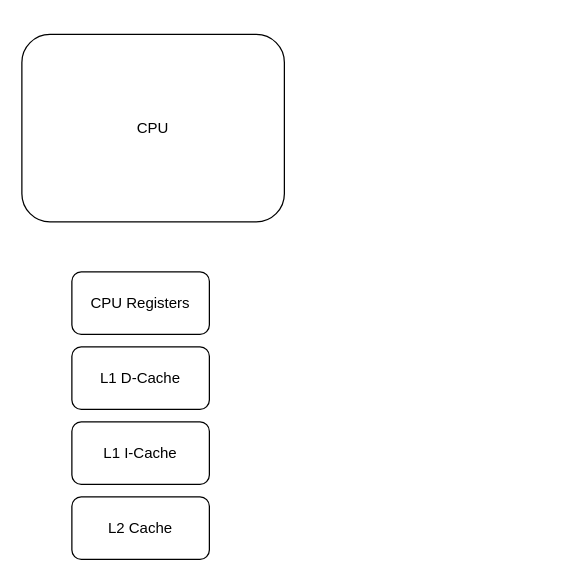
The draw.io diagram 技术总结.drawio in msb8080/my-diagrams, before the edit. Source tidied: cells renumbered, new cells numbered last; positions are measured from the earlier drawing's top-left corner, leaving out a move shared by most shapes. Both pictures are drawn from the tidied source at 125%, with x=0, y=0 at pixel (21, 34).
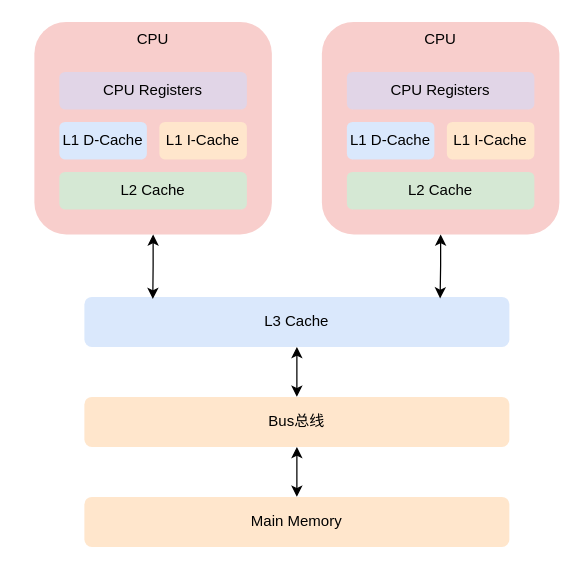
The same page after the edit.

Commit message (it also covers changes not shown here):
更新技术总结.drawio

The edit, as a diff of the source:
```diff
@@
+    <mxCell id="7" style="group;" parent="1" vertex="1">
+      <mxGeometry x="10" y="-10" width="190" height="170" as="geometry" />
+    </mxCell>
-    <mxCell id="2" value="CPU" style="rounded=1;whiteSpace=wrap;html=1;" parent="1" vertex="1">
-      <mxGeometry width="210" height="150" as="geometry" />
+    <mxCell id="2" value="CPU" style="rounded=1;whiteSpace=wrap;html=1;verticalAlign=top;strokeColor=none;fillColor=#f8cecc;" parent="7" vertex="1">
+      <mxGeometry width="190" height="170" as="geometry" />
     </mxCell>
-    <mxCell id="3" value="CPU Registers" style="rounded=1;whiteSpace=wrap;html=1;" parent="1" vertex="1">
-      <mxGeometry x="40" y="190" width="110" height="50" as="geometry" />
+    <mxCell id="3" value="CPU Registers" style="rounded=1;whiteSpace=wrap;html=1;fillColor=#e1d5e7;strokeColor=none;" parent="7" vertex="1">
+      <mxGeometry x="20" y="40" width="150" height="30" as="geometry" />
     </mxCell>
-    <mxCell id="4" value="L1 D-Cache" style="rounded=1;whiteSpace=wrap;html=1;" parent="1" vertex="1">
-      <mxGeometry x="40" y="250" width="110" height="50" as="geometry" />
+    <mxCell id="4" value="L1 D-Cache" style="rounded=1;whiteSpace=wrap;html=1;fillColor=#dae8fc;strokeColor=none;" parent="7" vertex="1">
+      <mxGeometry x="20" y="80" width="70" height="30" as="geometry" />
     </mxCell>
-    <mxCell id="5" value="L1 I-Cache" style="rounded=1;whiteSpace=wrap;html=1;" parent="1" vertex="1">
-      <mxGeometry x="40" y="310" width="110" height="50" as="geometry" />
+    <mxCell id="5" value="L1 I-Cache" style="rounded=1;whiteSpace=wrap;html=1;fillColor=#ffe6cc;strokeColor=none;" parent="7" vertex="1">
+      <mxGeometry x="100" y="80" width="70" height="30" as="geometry" />
     </mxCell>
-    <mxCell id="6" value="L2 Cache" style="rounded=1;whiteSpace=wrap;html=1;" parent="1" vertex="1">
-      <mxGeometry x="40" y="370" width="110" height="50" as="geometry" />
+    <mxCell id="6" value="L2 Cache" style="rounded=1;whiteSpace=wrap;html=1;fillColor=#d5e8d4;strokeColor=none;" parent="7" vertex="1">
+      <mxGeometry x="20" y="120" width="150" height="30" as="geometry" />
     </mxCell>
+    <mxCell id="8" style="group;" parent="1" vertex="1">
+      <mxGeometry x="240" y="-10" width="190" height="170" as="geometry" />
+    </mxCell>
+    <mxCell id="9" value="CPU" style="rounded=1;whiteSpace=wrap;html=1;verticalAlign=top;strokeColor=none;fillColor=#f8cecc;" parent="8" vertex="1">
+      <mxGeometry width="190" height="170" as="geometry" />
+    </mxCell>
+    <mxCell id="10" value="CPU Registers" style="rounded=1;whiteSpace=wrap;html=1;fillColor=#e1d5e7;strokeColor=none;" parent="8" vertex="1">
+      <mxGeometry x="20" y="40" width="150" height="30" as="geometry" />
+    </mxCell>
+    <mxCell id="11" value="L1 D-Cache" style="rounded=1;whiteSpace=wrap;html=1;fillColor=#dae8fc;strokeColor=none;" parent="8" vertex="1">
+      <mxGeometry x="20" y="80" width="70" height="30" as="geometry" />
+    </mxCell>
+    <mxCell id="12" value="L1 I-Cache" style="rounded=1;whiteSpace=wrap;html=1;fillColor=#ffe6cc;strokeColor=none;" parent="8" vertex="1">
+      <mxGeometry x="100" y="80" width="70" height="30" as="geometry" />
+    </mxCell>
+    <mxCell id="13" value="L2 Cache" style="rounded=1;whiteSpace=wrap;html=1;fillColor=#d5e8d4;strokeColor=none;" parent="8" vertex="1">
+      <mxGeometry x="20" y="120" width="150" height="30" as="geometry" />
+    </mxCell>
+    <mxCell id="14" style="edgeStyle=orthogonalEdgeStyle;rounded=0;jettySize=auto;html=1;entryX=0.5;entryY=0;entryDx=0;entryDy=0;startArrow=classic;startFill=1;" parent="1" edge="1" source="15" target="17">
+      <mxGeometry relative="1" as="geometry" />
+    </mxCell>
+    <mxCell id="15" value="L3 Cache" style="rounded=1;whiteSpace=wrap;html=1;fillColor=#dae8fc;strokeColor=none;" parent="1" vertex="1">
+      <mxGeometry x="50" y="210" width="340" height="40" as="geometry" />
+    </mxCell>
+    <mxCell id="16" style="edgeStyle=orthogonalEdgeStyle;rounded=0;jettySize=auto;html=1;entryX=0.5;entryY=0;entryDx=0;entryDy=0;startArrow=classic;startFill=1;" parent="1" edge="1" source="17" target="18">
+      <mxGeometry relative="1" as="geometry" />
+    </mxCell>
+    <mxCell id="17" value="Bus总线" style="rounded=1;whiteSpace=wrap;html=1;fillColor=#ffe6cc;strokeColor=none;" parent="1" vertex="1">
+      <mxGeometry x="50" y="290" width="340" height="40" as="geometry" />
+    </mxCell>
+    <mxCell id="18" value="Main Memory" style="rounded=1;whiteSpace=wrap;html=1;fillColor=#ffe6cc;strokeColor=none;" parent="1" vertex="1">
+      <mxGeometry x="50" y="370" width="340" height="40" as="geometry" />
+    </mxCell>
+    <mxCell id="19" style="edgeStyle=orthogonalEdgeStyle;rounded=0;jettySize=auto;html=1;entryX=0.161;entryY=0.042;entryDx=0;entryDy=0;entryPerimeter=0;startArrow=classic;startFill=1;" parent="1" edge="1" source="2" target="15">
+      <mxGeometry relative="1" as="geometry" />
+    </mxCell>
+    <mxCell id="20" style="edgeStyle=orthogonalEdgeStyle;rounded=0;jettySize=auto;html=1;entryX=0.837;entryY=0.031;entryDx=0;entryDy=0;entryPerimeter=0;startArrow=classic;startFill=1;" parent="1" edge="1" source="9" target="15">
+      <mxGeometry relative="1" as="geometry" />
+    </mxCell>
```
